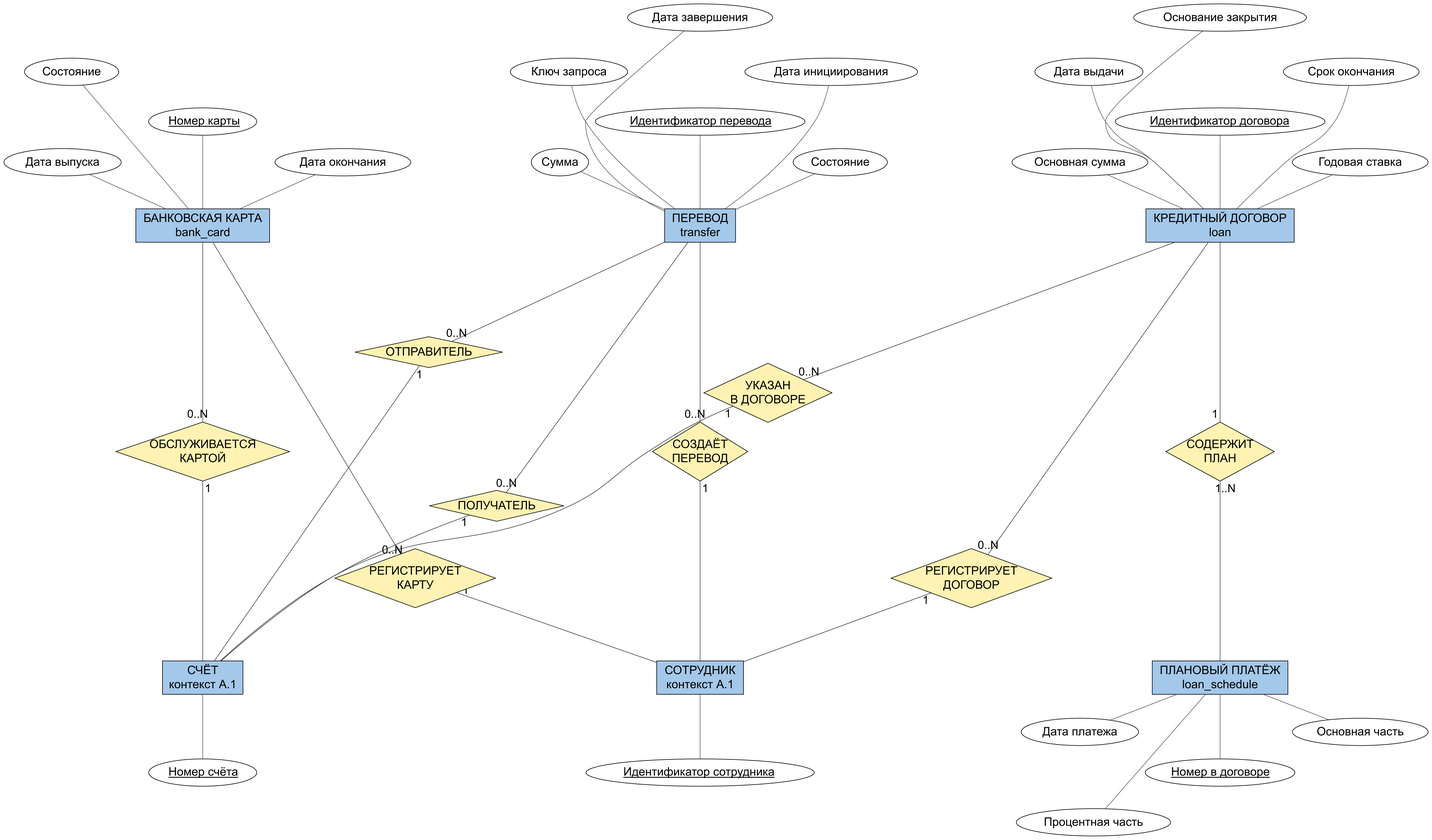
Before: figures/A2_products.png, a diagram exported from Graphviz (qwertyvich/IT-project). Its source is kept beside it as figures/A2_products.dot.
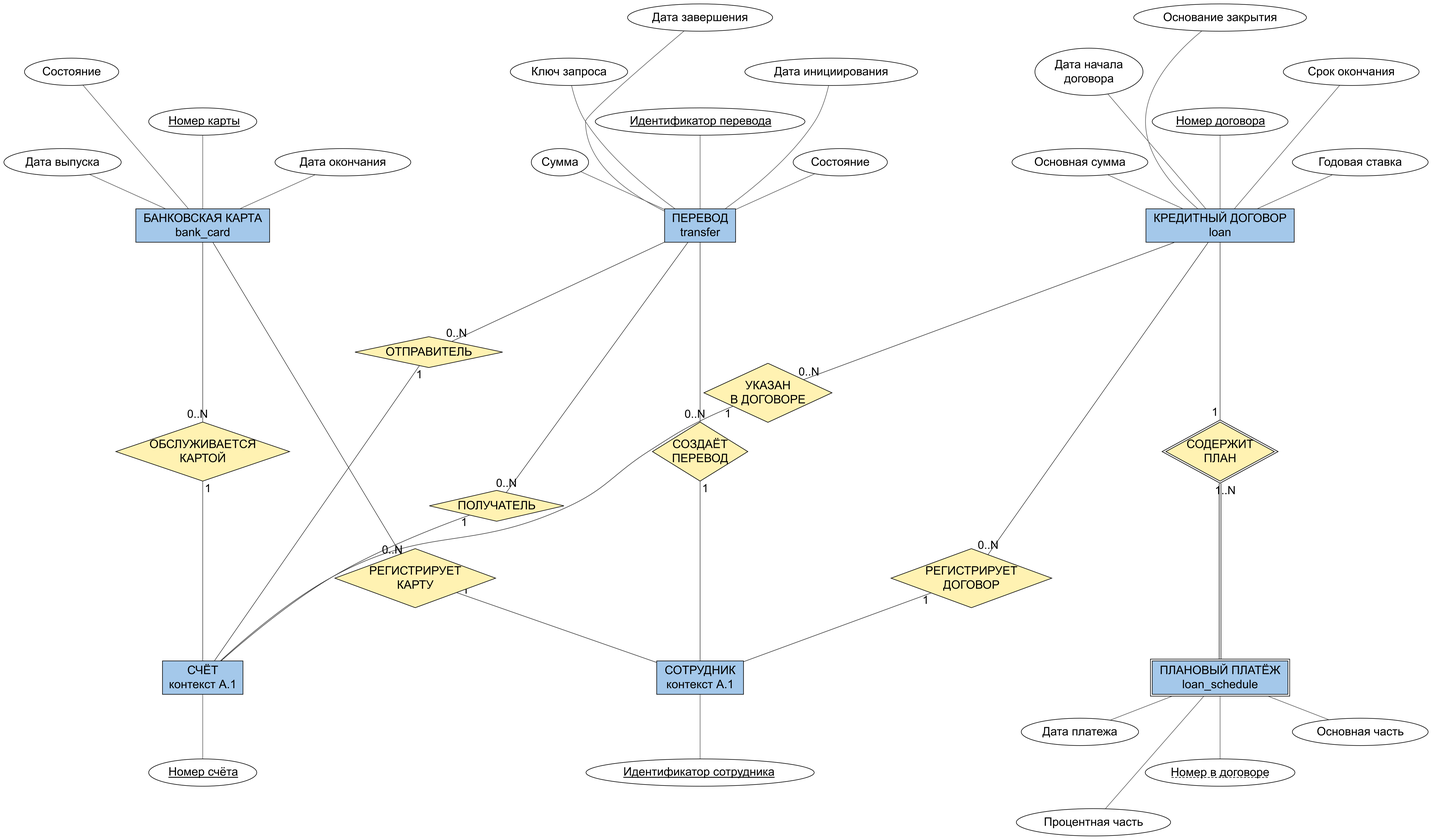
After the commit.

What changed in the source:
```diff
@@ -39,7 +39,7 @@
 transfer -> transfer_a5 [label="", dir="none", color="#555555"];
 "loan" [label="КРЕДИТНЫЙ ДОГОВОР\nloan", shape="box", style="filled", fillcolor="#A4C8EA", width="4.555"];
 loan [pos="37.5,19.444444444444443!",pin=true];
-loan_a0 [shape=ellipse,label=<<U>Идентификатор договора</U>>,style=filled,fillcolor=white];
+loan_a0 [shape=ellipse,label=<<U>Номер договора</U>>,style=filled,fillcolor=white];
 loan_a0 [pos="37.5,22.63888888888889!",pin=true];
 loan -> loan_a0 [label="", dir="none", color="#555555"];
 "loan_a1" [label="Основная сумма", shape="ellipse", style="filled", fillcolor="white", width="3.222"];
@@ -48,7 +48,7 @@
 "loan_a2" [label="Годовая ставка", shape="ellipse", style="filled", fillcolor="white", width="3.000"];
 loan_a2 [pos="41.80555555555556,21.38888888888889!",pin=true];
 loan -> loan_a2 [label="", dir="none", color="#555555"];
-"loan_a3" [label="Дата выдачи", shape="ellipse", style="filled", fillcolor="white", width="2.611"];
+"loan_a3" [label="Дата начала\nдоговора", shape="ellipse", style="filled", fillcolor="white", width="2.527"];
 loan_a3 [pos="33.47222222222222,24.166666666666668!",pin=true];
 loan -> loan_a3 [label="", dir="none", color="#555555"];
 "loan_a4" [label="Срок окончания", shape="ellipse", style="filled", fillcolor="white", width="3.069"];
@@ -67,9 +67,9 @@
 employee_a0 [shape=ellipse,label=<<U>Идентификатор сотрудника</U>>,style=filled,fillcolor=white];
 employee_a0 [pos="21.52777777777778,2.638888888888889!",pin=true];
 employee -> employee_a0 [label="", dir="none", color="#555555"];
-"schedule" [label="ПЛАНОВЫЙ ПЛАТЁЖ\nloan_schedule", shape="box", style="filled", fillcolor="#A4C8EA", width="4.166"];
+"schedule" [label="ПЛАНОВЫЙ ПЛАТЁЖ\nloan_schedule", shape="box", style="filled", fillcolor="#A4C8EA", width="4.166", peripheries="2"];
 schedule [pos="37.5,5.555555555555555!",pin=true];
-schedule_a0 [shape=ellipse,label=<<U>Номер в договоре</U>>,style=filled,fillcolor=white];
+"schedule_a0" [label="Номер в договоре", shape="ellipse", style="filled", fillcolor="white", width="3.430"];
 schedule_a0 [pos="37.5,2.638888888888889!",pin=true];
 schedule -> schedule_a0 [label="", dir="none", color="#555555"];
 "schedule_a1" [label="Дата платежа", shape="ellipse", style="filled", fillcolor="white", width="2.736"];
@@ -97,10 +97,10 @@
 r3 [pos="23.61111111111111,14.305555555555555!",pin=true];
 account -> r3 [label="", dir="none", headlabel="1", labeldistance="2", labelangle="35"];
 r3 -> loan [label="", dir="none", taillabel="0..N", labeldistance="2", labelangle="35"];
-"r4" [label="СОДЕРЖИТ\nПЛАН", shape="diamond", style="filled", fillcolor="#FFF2B2", width="2.527", margin=".03,.02"];
+"r4" [label="СОДЕРЖИТ\nПЛАН", shape="diamond", style="filled", fillcolor="#FFF2B2", width="2.527", margin=".03,.02", peripheries="2"];
 r4 [pos="37.5,12.5!",pin=true];
 loan -> r4 [label="", dir="none", headlabel="1", labeldistance="2", labelangle="35"];
-r4 -> schedule [label="", dir="none", taillabel="1..N", labeldistance="2", labelangle="35"];
+r4 -> schedule [label="", dir="none", taillabel="1..N", labeldistance="2", labelangle="35", color="black:white:black"];
 "r5" [label="РЕГИСТРИРУЕТ\nКАРТУ", shape="diamond", style="filled", fillcolor="#FFF2B2", width="3.291", margin=".03,.02"];
 r5 [pos="12.777777777777779,8.61111111111111!",pin=true];
 employee -> r5 [label="", dir="none", headlabel="1", labeldistance="2", labelangle="35"];
```
